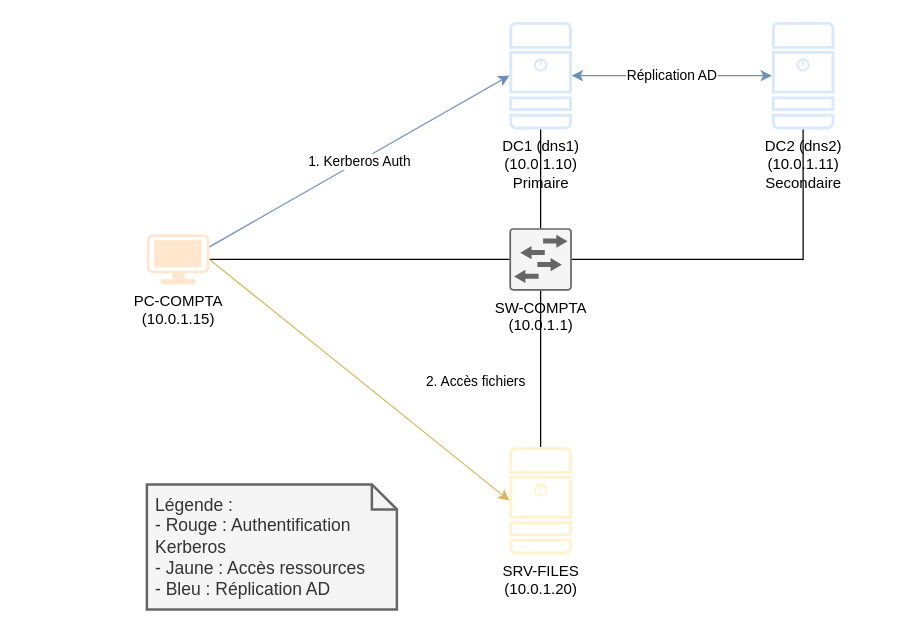
This is diagrams/ad_auth_flow.drawio from choquitofrito/ActiveDirectory, a draw.io file, before an edit. Source tidied: cells renumbered, new cells numbered last; positions are measured from the earlier drawing's top-left corner, leaving out a move shared by most shapes. Both pictures are drawn from the tidied source at 125%, with x=0, y=0 at pixel (146, 21).
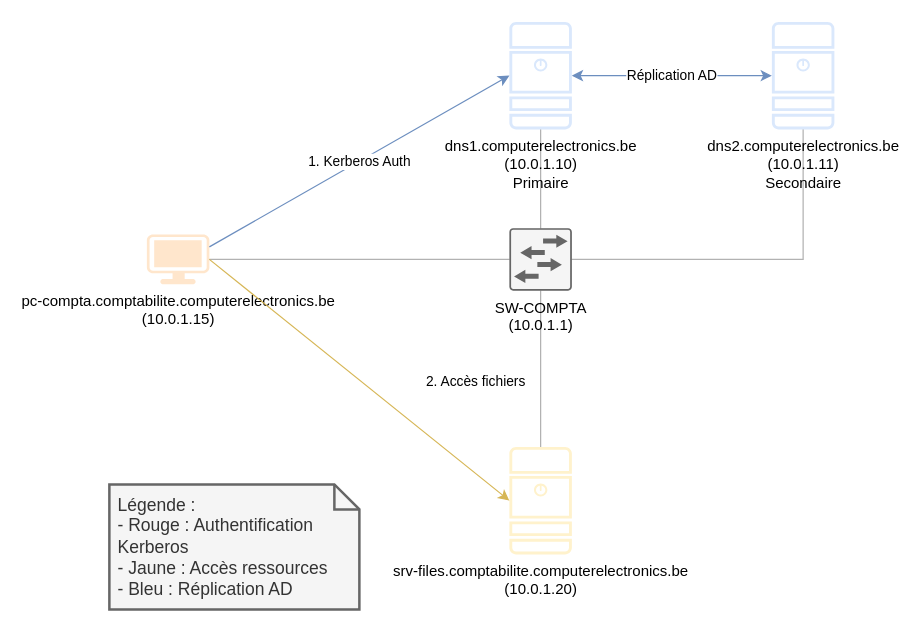
The same diagram, later.

What changed in the source:
```diff
@@
 <mxGraphModel>
   <root>
     <mxCell id="0" />
     <mxCell id="1" parent="0" />
-    <mxCell id="2" value="PC-COMPTA&#10;(10.0.1.15)" style="points=[[0.03,0.36,0],[0.18,0,0],[0.5,0.34,0],[0.82,0,0],[0.97,0.36,0],[1,0.67,0],[0.975,0.975,0],[0.5,1,0],[0.025,0.975,0],[0,0.67,0]];verticalLabelPosition=bottom;sketch=0;html=1;verticalAlign=top;align=center;shape=mxgraph.cisco19.workstation;fillColor=#ffe6cc;strokeColor=#d79b00;" parent="1" vertex="1">
+    <mxCell id="2" value="pc-compta.comptabilite.computerelectronics.be&#10;(10.0.1.15)" style="points=[[0.03,0.36,0],[0.18,0,0],[0.5,0.34,0],[0.82,0,0],[0.97,0.36,0],[1,0.67,0],[0.975,0.975,0],[0.5,1,0],[0.025,0.975,0],[0,0.67,0]];verticalLabelPosition=bottom;sketch=0;html=1;verticalAlign=top;align=center;shape=mxgraph.cisco19.workstation;fillColor=#ffe6cc;strokeColor=#d79b00;" parent="1" vertex="1">
       <mxGeometry y="170" width="50" height="40" as="geometry" />
     </mxCell>
     <mxCell id="3" value="SW-COMPTA&#10;(10.0.1.1)" style="points=[[0.015,0.015,0],[0.985,0.015,0],[0.985,0.985,0],[0.015,0.985,0]];verticalLabelPosition=bottom;sketch=0;html=1;verticalAlign=top;align=center;shape=mxgraph.cisco19.rect;prIcon=l2_switch;fillColor=#f5f5f5;strokeColor=#666666;" parent="1" vertex="1">
       <mxGeometry x="290" y="165" width="50" height="50" as="geometry" />
     </mxCell>
-    <mxCell id="4" value="DC1 (dns1)&#10;(10.0.1.10)&#10;Primaire" style="points=[[0.015,0.015,0],[0.985,0.015,0],[0.985,0.985,0],[0.015,0.985,0]];verticalLabelPosition=bottom;sketch=0;html=1;verticalAlign=top;align=center;shape=mxgraph.cisco19.server;fillColor=#dae8fc;strokeColor=#6c8ebf;" parent="1" vertex="1">
+    <mxCell id="4" value="dns1.computerelectronics.be&#10;(10.0.1.10)&#10;Primaire" style="points=[[0.015,0.015,0],[0.985,0.015,0],[0.985,0.985,0],[0.015,0.985,0]];verticalLabelPosition=bottom;sketch=0;html=1;verticalAlign=top;align=center;shape=mxgraph.cisco19.server;fillColor=#dae8fc;strokeColor=#6c8ebf;" parent="1" vertex="1">
       <mxGeometry x="290" width="50" height="86" as="geometry" />
     </mxCell>
-    <mxCell id="5" value="DC2 (dns2)&#10;(10.0.1.11)&#10;Secondaire" style="points=[[0.015,0.015,0],[0.985,0.015,0],[0.985,0.985,0],[0.015,0.985,0]];verticalLabelPosition=bottom;sketch=0;html=1;verticalAlign=top;align=center;shape=mxgraph.cisco19.server;fillColor=#dae8fc;strokeColor=#6c8ebf;" parent="1" vertex="1">
+    <mxCell id="5" value="dns2.computerelectronics.be&#10;(10.0.1.11)&#10;Secondaire" style="points=[[0.015,0.015,0],[0.985,0.015,0],[0.985,0.985,0],[0.015,0.985,0]];verticalLabelPosition=bottom;sketch=0;html=1;verticalAlign=top;align=center;shape=mxgraph.cisco19.server;fillColor=#dae8fc;strokeColor=#6c8ebf;" parent="1" vertex="1">
       <mxGeometry x="500" width="50" height="86" as="geometry" />
     </mxCell>
-    <mxCell id="6" value="SRV-FILES&#10;(10.0.1.20)" style="points=[[0.015,0.015,0],[0.985,0.015,0],[0.985,0.985,0],[0.015,0.985,0]];verticalLabelPosition=bottom;sketch=0;html=1;verticalAlign=top;align=center;shape=mxgraph.cisco19.server;fillColor=#fff2cc;strokeColor=#d6b656;" parent="1" vertex="1">
+    <mxCell id="6" value="srv-files.comptabilite.computerelectronics.be&#10;(10.0.1.20)" style="points=[[0.015,0.015,0],[0.985,0.015,0],[0.985,0.985,0],[0.015,0.985,0]];verticalLabelPosition=bottom;sketch=0;html=1;verticalAlign=top;align=center;shape=mxgraph.cisco19.server;fillColor=#fff2cc;strokeColor=#d6b656;" parent="1" vertex="1">
       <mxGeometry x="290" y="340" width="50" height="86" as="geometry" />
     </mxCell>
-    <mxCell id="7" style="endArrow=none;html=1;rounded=0;" parent="1" edge="1" source="2" target="3">
+    <mxCell id="7" style="endArrow=none;html=1;rounded=0;opacity=30;" parent="1" edge="1" source="2" target="3">
       <mxGeometry relative="1" as="geometry" />
     </mxCell>
-    <mxCell id="8" style="endArrow=none;html=1;rounded=0;" parent="1" edge="1" source="3" target="4">
+    <mxCell id="8" style="endArrow=none;html=1;rounded=0;opacity=30;" parent="1" edge="1" source="3" target="4">
       <mxGeometry relative="1" as="geometry" />
     </mxCell>
-    <mxCell id="9" style="endArrow=none;html=1;rounded=0;" parent="1" edge="1" source="3" target="5">
+    <mxCell id="9" style="endArrow=none;html=1;rounded=0;opacity=30;" parent="1" edge="1" source="3" target="5">
       <mxGeometry relative="1" as="geometry">
         <Array as="points">
           <mxPoint x="525" y="190" />
         </Array>
       </mxGeometry>
     </mxCell>
-    <mxCell id="10" style="endArrow=none;html=1;rounded=0;" parent="1" edge="1" source="3" target="6">
+    <mxCell id="10" style="endArrow=none;html=1;rounded=0;opacity=30;" parent="1" edge="1" source="3" target="6">
       <mxGeometry relative="1" as="geometry" />
     </mxCell>
     <mxCell id="11" value="1. Kerberos Auth" style="curved=1;endArrow=classic;html=1;exitX=1;exitY=0.25;exitDx=0;exitDy=0;entryX=0;entryY=0.5;entryDx=0;entryDy=0;fillColor=#dae8fc;strokeColor=#6c8ebf;" parent="1" edge="1" source="2" target="4">
       <mxGeometry relative="1" as="geometry" />
     </mxCell>
     <mxCell id="12" value="2. Accès fichiers" style="curved=1;endArrow=classic;html=1;exitX=1;exitY=0.5;exitDx=0;exitDy=0;entryX=0;entryY=0.5;entryDx=0;entryDy=0;fillColor=#fff2cc;strokeColor=#d6b656;" parent="1" edge="1" source="2" target="6">
       <mxGeometry x="0.48" y="57" relative="1" as="geometry" />
     </mxCell>
     <mxCell id="13" value="Réplication AD" style="endArrow=classic;startArrow=classic;html=1;rounded=0;fillColor=#dae8fc;strokeColor=#6c8ebf;" parent="1" edge="1" source="5" target="4">
       <mxGeometry relative="1" as="geometry" />
     </mxCell>
     <mxCell id="14" value="Légende :&#10;- Rouge : Authentification Kerberos&#10;- Jaune : Accès ressources&#10;- Bleu : Réplication AD" style="shape=note;strokeWidth=2;fontSize=14;size=20;whiteSpace=wrap;html=1;fillColor=#f5f5f5;strokeColor=#666666;fontColor=#333333;align=left;spacingLeft=5;" parent="1" vertex="1">
-      <mxGeometry y="370" width="200" height="100" as="geometry" />
+      <mxGeometry x="-30" y="370" width="200" height="100" as="geometry" />
     </mxCell>
   </root>
 </mxGraphModel>
```
